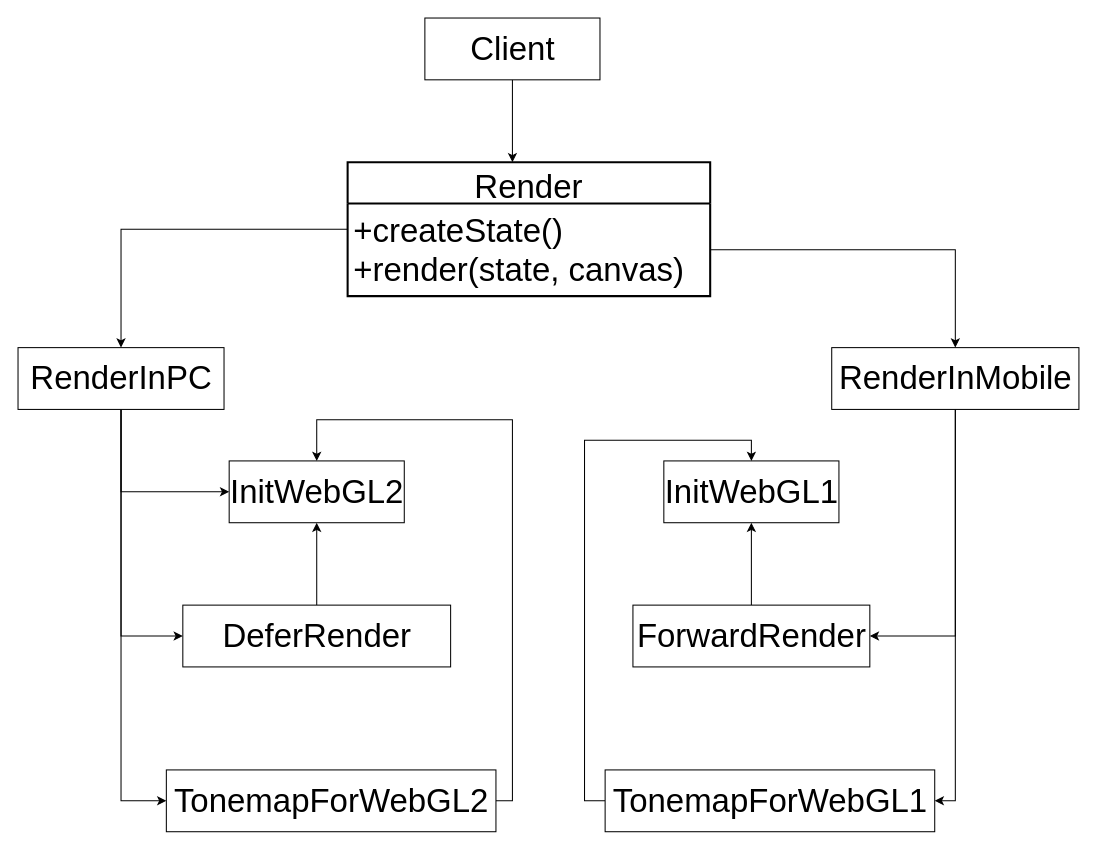
Above: packages/管道模式/story_after/UML.drawio in yyc-git/3DProgramPattern (draw.io), before the change. Source tidied: cells renumbered, new cells numbered last; positions are measured from the earlier drawing's top-left corner, leaving out a move shared by most shapes. Both pictures are drawn from the tidied source at 103%, with x=0, y=0 at pixel (18, 18).
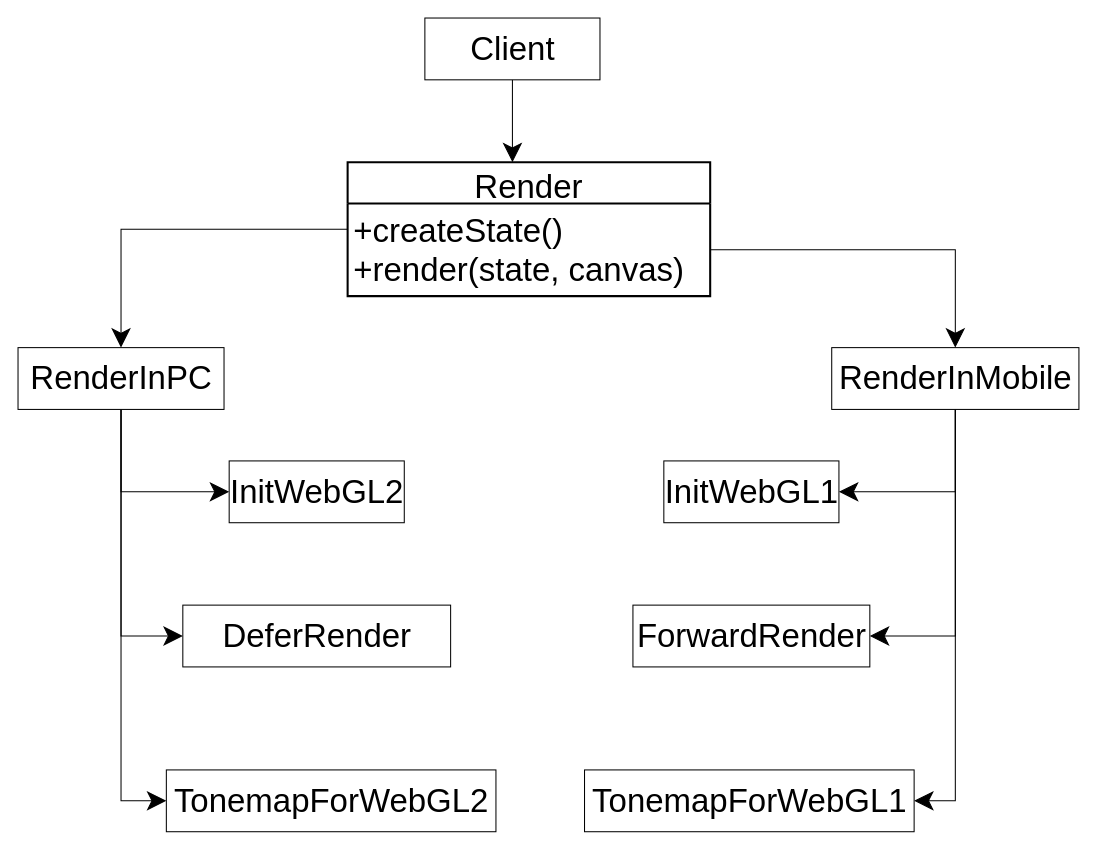
Above is the later version.

The change refers to these unchanged cells:
```xml
<mxCell id="5" value="RenderInPC" style="html=1;fontSize=32;" parent="1" vertex="1">
  <mxGeometry y="320" width="200" height="60" as="geometry" />
</mxCell>
<mxCell id="7" value="DeferRender" style="html=1;fontSize=32;" parent="1" vertex="1">
  <mxGeometry x="160" y="570" width="260" height="60" as="geometry" />
</mxCell>
<mxCell id="9" value="TonemapForWebGL2" style="html=1;fontSize=32;" parent="1" vertex="1">
  <mxGeometry x="144" y="730" width="320" height="60" as="geometry" />
</mxCell>
<mxCell id="10" value="InitWebGL2" style="html=1;fontSize=32;" parent="1" vertex="1">
  <mxGeometry x="205" y="430" width="170" height="60" as="geometry" />
</mxCell>
<mxCell id="13" value="RenderInMobile" style="html=1;fontSize=32;" parent="1" vertex="1">
  <mxGeometry x="790" y="320" width="240" height="60" as="geometry" />
</mxCell>
<mxCell id="15" value="ForwardRender" style="html=1;fontSize=32;" parent="1" vertex="1">
  <mxGeometry x="597" y="570" width="230" height="60" as="geometry" />
</mxCell>
<mxCell id="16" value="InitWebGL1" style="html=1;fontSize=32;" parent="1" vertex="1">
  <mxGeometry x="627" y="430" width="170" height="60" as="geometry" />
</mxCell>
<mxCell id="20" value="Client" style="html=1;fontSize=32;" parent="1" vertex="1">
  <mxGeometry x="395" width="170" height="60" as="geometry" />
</mxCell>
<mxCell id="22" value="Render" style="swimlane;horizontal=1;startSize=40;rounded=0;fontSize=32;fontStyle=0;strokeWidth=2;shadow=0;dashed=0;align=center;" parent="1" vertex="1">
  <mxGeometry x="320" y="140" width="352" height="130" as="geometry" />
</mxCell>
<mxCell id="23" value="+createState()&#10;+render(state, canvas)" style="align=left;strokeColor=none;fillColor=none;spacingLeft=4;fontSize=32;verticalAlign=top;" parent="22" vertex="1">
  <mxGeometry y="40" width="352" height="90" as="geometry" />
</mxCell>
```

The edit, as a diff of the source:
```diff
@@
-    <mxCell id="2" style="edgeStyle=orthogonalEdgeStyle;rounded=0;jettySize=auto;html=1;entryX=0;entryY=0.5;entryDx=0;entryDy=0;exitX=0.5;exitY=1;exitDx=0;exitDy=0;" parent="1" edge="1" source="5" target="9">
+    <mxCell id="2" style="edgeStyle=orthogonalEdgeStyle;rounded=0;jettySize=auto;html=1;entryX=0;entryY=0.5;entryDx=0;entryDy=0;exitX=0.5;exitY=1;exitDx=0;exitDy=0;endSize=16;startSize=16;" parent="1" edge="1" source="5" target="9">
       <mxGeometry relative="1" as="geometry" />
     </mxCell>
-    <mxCell id="3" style="edgeStyle=orthogonalEdgeStyle;rounded=0;jettySize=auto;html=1;entryX=0;entryY=0.5;entryDx=0;entryDy=0;exitX=0.5;exitY=1;exitDx=0;exitDy=0;" parent="1" edge="1" source="5" target="7">
+    <mxCell id="3" style="edgeStyle=orthogonalEdgeStyle;rounded=0;jettySize=auto;html=1;entryX=0;entryY=0.5;entryDx=0;entryDy=0;exitX=0.5;exitY=1;exitDx=0;exitDy=0;endSize=16;startSize=16;" parent="1" edge="1" source="5" target="7">
       <mxGeometry relative="1" as="geometry" />
     </mxCell>
-    <mxCell id="4" style="edgeStyle=orthogonalEdgeStyle;rounded=0;jettySize=auto;html=1;entryX=0;entryY=0.5;entryDx=0;entryDy=0;exitX=0.5;exitY=1;exitDx=0;exitDy=0;" parent="1" edge="1" source="5" target="10">
+    <mxCell id="4" style="edgeStyle=orthogonalEdgeStyle;rounded=0;jettySize=auto;html=1;entryX=0;entryY=0.5;entryDx=0;entryDy=0;exitX=0.5;exitY=1;exitDx=0;exitDy=0;endSize=16;startSize=16;" parent="1" edge="1" source="5" target="10">
       <mxGeometry relative="1" as="geometry" />
     </mxCell>
@@
-    <mxCell id="6" style="edgeStyle=orthogonalEdgeStyle;rounded=0;jettySize=auto;html=1;entryX=0.5;entryY=1;entryDx=0;entryDy=0;" parent="1" edge="1" source="7" target="10">
-      <mxGeometry relative="1" as="geometry" />
-    </mxCell>
@@
-    <mxCell id="8" style="edgeStyle=orthogonalEdgeStyle;rounded=0;jettySize=auto;html=1;entryX=0.5;entryY=0;entryDx=0;entryDy=0;exitX=1;exitY=0.5;exitDx=0;exitDy=0;" parent="1" edge="1" source="9" target="10">
-      <mxGeometry relative="1" as="geometry">
-        <Array as="points">
-          <mxPoint x="480" y="760" />
-          <mxPoint x="480" y="390" />
-          <mxPoint x="290" y="390" />
-        </Array>
-      </mxGeometry>
-    </mxCell>
@@
-    <mxCell id="11" style="edgeStyle=orthogonalEdgeStyle;rounded=0;jettySize=auto;html=1;entryX=1;entryY=0.5;entryDx=0;entryDy=0;" parent="1" edge="1" source="13" target="15">
+    <mxCell id="11" style="edgeStyle=orthogonalEdgeStyle;rounded=0;jettySize=auto;html=1;entryX=1;entryY=0.5;entryDx=0;entryDy=0;endSize=16;startSize=16;" parent="1" edge="1" source="13" target="15">
       <mxGeometry relative="1" as="geometry" />
     </mxCell>
-    <mxCell id="12" style="edgeStyle=orthogonalEdgeStyle;rounded=0;jettySize=auto;html=1;entryX=1;entryY=0.5;entryDx=0;entryDy=0;" parent="1" edge="1" source="13" target="18">
-      <mxGeometry relative="1" as="geometry" />
+    <mxCell id="12" style="edgeStyle=orthogonalEdgeStyle;rounded=0;jettySize=auto;html=1;entryX=1;entryY=0.5;entryDx=0;entryDy=0;endSize=16;startSize=16;" parent="1" edge="1" source="13" target="18">
+      <mxGeometry relative="1" as="geometry">
+        <Array as="points">
+          <mxPoint x="910" y="760" />
+        </Array>
+      </mxGeometry>
     </mxCell>
+    <mxCell id="25" style="edgeStyle=orthogonalEdgeStyle;rounded=0;jettySize=auto;html=1;entryX=1;entryY=0.5;entryDx=0;entryDy=0;endSize=16;startSize=16;" parent="1" edge="1" source="13" target="16">
+      <mxGeometry relative="1" as="geometry" />
+    </mxCell>
@@
-    <mxCell id="14" style="edgeStyle=orthogonalEdgeStyle;rounded=0;jettySize=auto;html=1;" parent="1" edge="1" source="15" target="16">
-      <mxGeometry relative="1" as="geometry" />
-    </mxCell>
@@
-    <mxCell id="17" style="edgeStyle=orthogonalEdgeStyle;rounded=0;jettySize=auto;html=1;entryX=0.5;entryY=0;entryDx=0;entryDy=0;exitX=0;exitY=0.5;exitDx=0;exitDy=0;" parent="1" edge="1" source="18" target="16">
-      <mxGeometry relative="1" as="geometry">
-        <Array as="points">
-          <mxPoint x="550" y="760" />
-          <mxPoint x="550" y="410" />
-          <mxPoint x="712" y="410" />
-        </Array>
-      </mxGeometry>
-    </mxCell>
     <mxCell id="18" value="TonemapForWebGL1" style="html=1;fontSize=32;" parent="1" vertex="1">
-      <mxGeometry x="570" y="730" width="320" height="60" as="geometry" />
+      <mxGeometry x="550" y="730" width="320" height="60" as="geometry" />
     </mxCell>
-    <mxCell id="19" style="edgeStyle=orthogonalEdgeStyle;rounded=0;jettySize=auto;html=1;" parent="1" edge="1" source="20">
+    <mxCell id="19" style="edgeStyle=orthogonalEdgeStyle;rounded=0;jettySize=auto;html=1;endSize=16;startSize=16;" parent="1" edge="1" source="20">
       <mxGeometry relative="1" as="geometry">
         <mxPoint x="480" y="140" as="targetPoint" />
       </mxGeometry>
     </mxCell>
@@
-    <mxCell id="21" style="edgeStyle=orthogonalEdgeStyle;rounded=0;jettySize=auto;html=1;entryX=0.5;entryY=0;entryDx=0;entryDy=0;" parent="1" edge="1" source="22" target="5">
+    <mxCell id="21" style="edgeStyle=orthogonalEdgeStyle;rounded=0;jettySize=auto;html=1;entryX=0.5;entryY=0;entryDx=0;entryDy=0;endSize=16;startSize=16;" parent="1" edge="1" source="22" target="5">
       <mxGeometry relative="1" as="geometry" />
     </mxCell>
@@
-    <mxCell id="24" style="edgeStyle=orthogonalEdgeStyle;rounded=0;jettySize=auto;html=1;" parent="1" edge="1" source="23" target="13">
+    <mxCell id="24" style="edgeStyle=orthogonalEdgeStyle;rounded=0;jettySize=auto;html=1;endSize=16;startSize=16;" parent="1" edge="1" source="23" target="13">
       <mxGeometry relative="1" as="geometry" />
     </mxCell>
```
